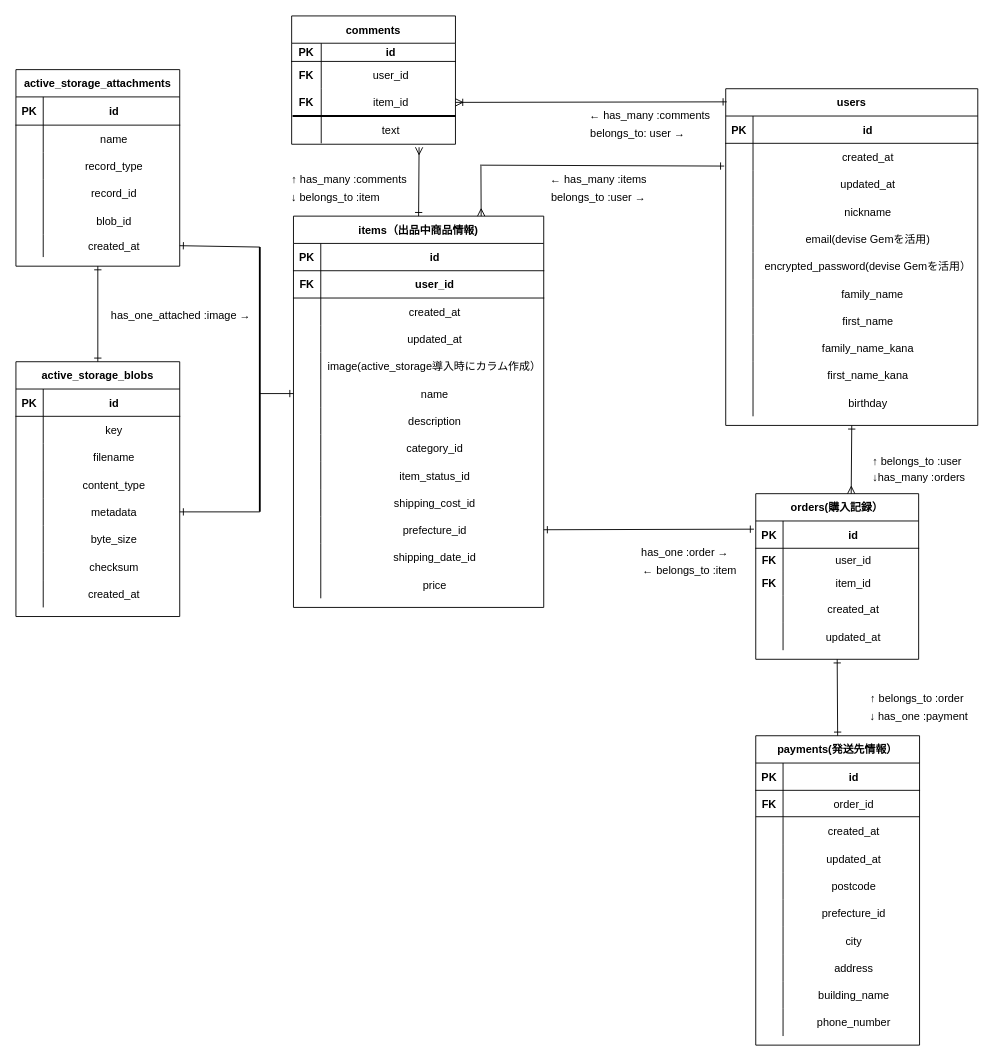
The draw.io diagram test.dio in kenji198834/furima-38773, before the edit. Source tidied: cells renumbered, new cells numbered last; positions are measured from the earlier drawing's top-left corner, leaving out a move shared by most shapes. Both pictures are drawn from the tidied source at 91%, with x=0, y=0 at pixel (15, 15).
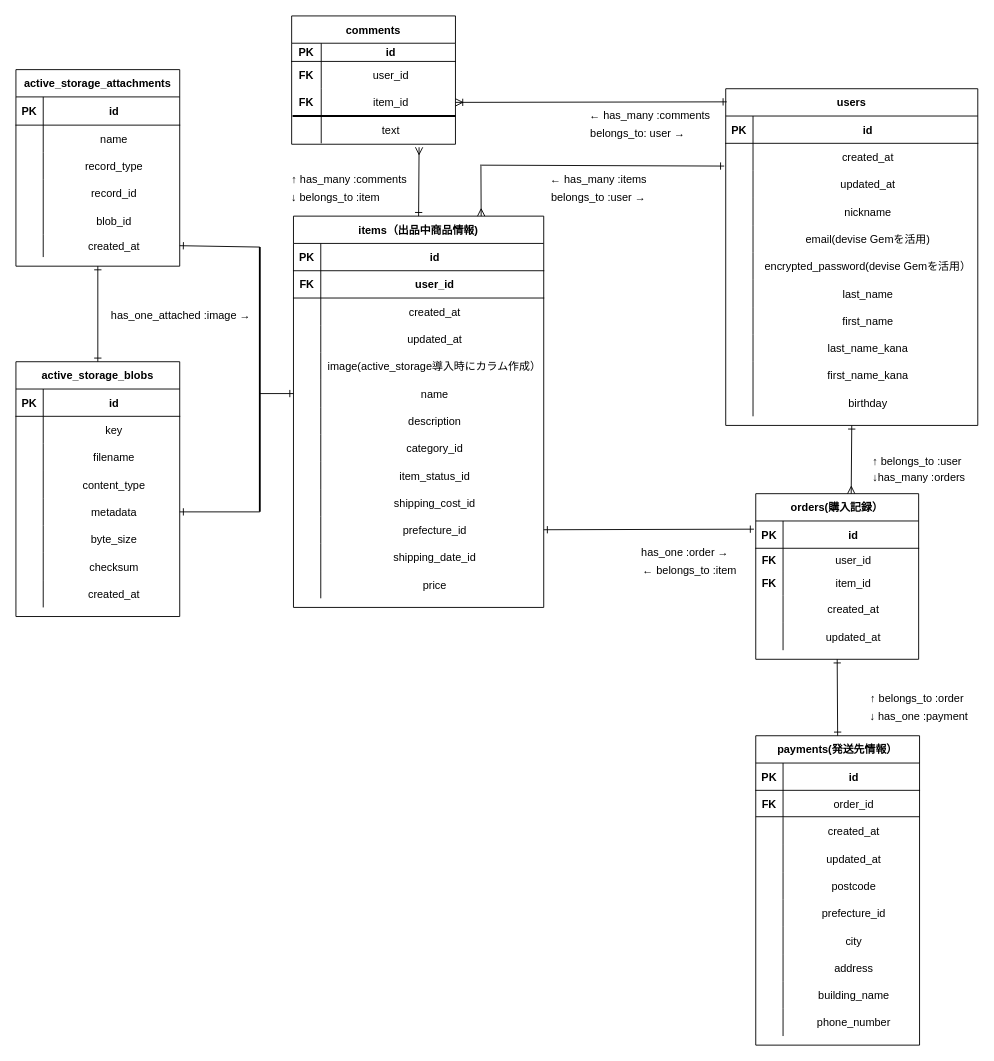
After the change.

The change refers to these unchanged cells:
```xml
<mxCell id="110" style="shape=partialRectangle;fillColor=none;top=0;left=0;bottom=0;right=0;glass=0;fontFamily=Helvetica;fontSize=12;fontColor=default;strokeColor=default;strokeWidth=1;" parent="91" vertex="1">
  <mxGeometry y="210" width="277" height="30" as="geometry" />
</mxCell>
<mxCell id="116" style="shape=partialRectangle;fillColor=none;top=0;left=0;bottom=0;right=0;glass=0;fontFamily=Helvetica;fontSize=12;fontColor=default;strokeColor=default;strokeWidth=1;" parent="91" vertex="1">
  <mxGeometry y="270" width="277" height="30" as="geometry" />
</mxCell>
```

The edit, as a diff of the source:
```diff
@@
-    <mxCell id="112" value="   family_name" style="shape=partialRectangle;fillColor=none;top=0;left=0;bottom=0;right=0;align=center;spacingLeft=6;overflow=hidden;glass=0;fontFamily=Helvetica;fontSize=12;fontColor=default;strokeColor=default;strokeWidth=1;" parent="110" vertex="1">
+    <mxCell id="112" value="last_name" style="shape=partialRectangle;fillColor=none;top=0;left=0;bottom=0;right=0;align=center;spacingLeft=6;overflow=hidden;glass=0;fontFamily=Helvetica;fontSize=12;fontColor=default;strokeColor=default;strokeWidth=1;" parent="110" vertex="1">
       <mxGeometry x="30" width="247" height="30" as="geometry" />
     </mxCell>
@@
-    <mxCell id="118" value="family_name_kana" style="shape=partialRectangle;fillColor=none;top=0;left=0;bottom=0;right=0;align=center;spacingLeft=6;overflow=hidden;glass=0;fontFamily=Helvetica;fontSize=12;fontColor=default;strokeColor=default;strokeWidth=1;" parent="116" vertex="1">
+    <mxCell id="118" value="last_name_kana" style="shape=partialRectangle;fillColor=none;top=0;left=0;bottom=0;right=0;align=center;spacingLeft=6;overflow=hidden;glass=0;fontFamily=Helvetica;fontSize=12;fontColor=default;strokeColor=default;strokeWidth=1;" parent="116" vertex="1">
       <mxGeometry x="30" width="247" height="30" as="geometry" />
     </mxCell>
```
